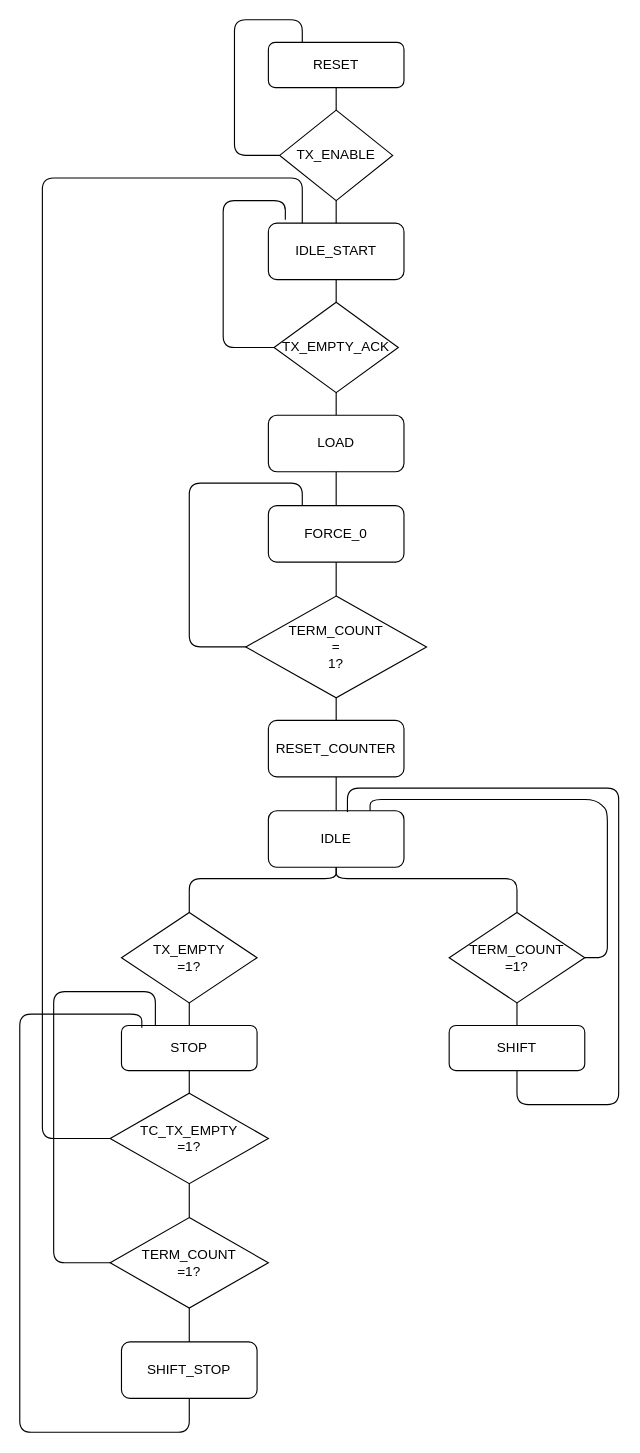
Above: UART/report/draw_io/flow chart tx.drawio in wackozz/SDI_20_21 (draw.io), before the change. Source tidied: cells renumbered, new cells numbered last; positions are measured from the earlier drawing's top-left corner, leaving out a move shared by most shapes. Both pictures are drawn from the tidied source at 113%, with x=0, y=0 at pixel (19, 19).
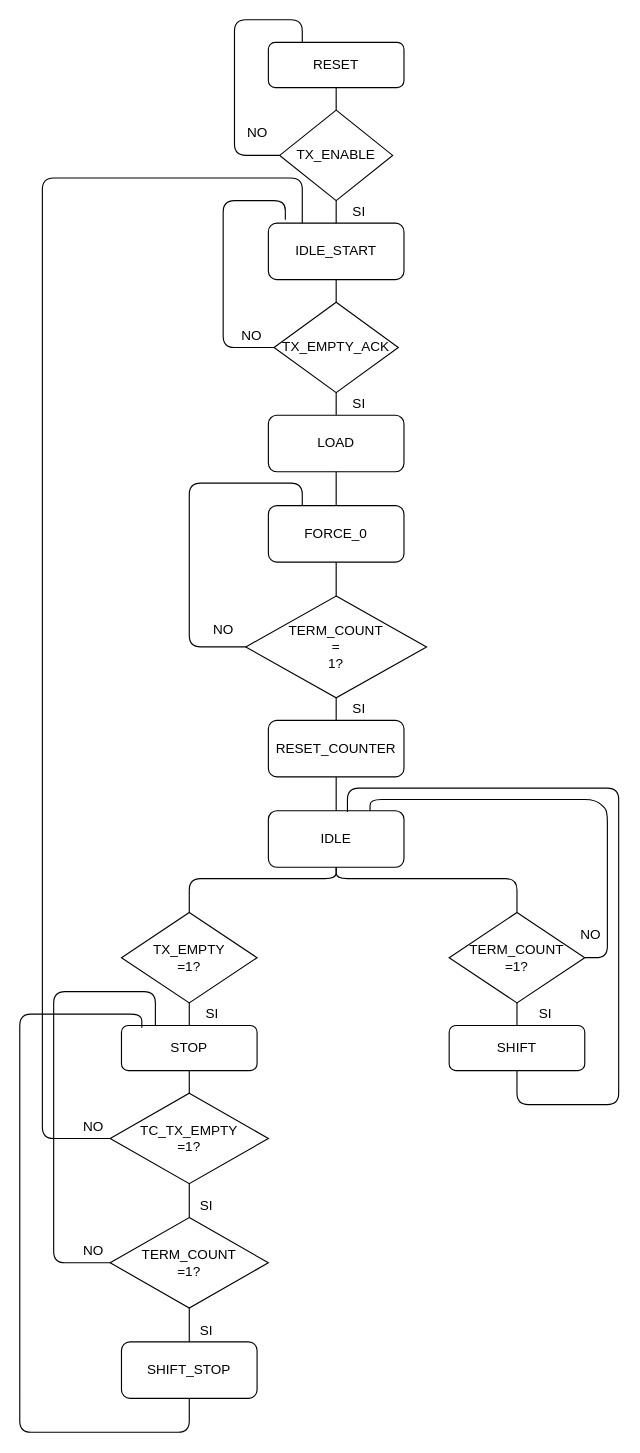
The same page after the edit.

What changed in the source:
```diff
@@
+    <mxCell id="41" value="NO" style="text;html=1;align=center;verticalAlign=middle;" parent="1" vertex="1">
+      <mxGeometry x="195" y="90" width="30" height="20" as="geometry" />
+    </mxCell>
+    <mxCell id="42" value="SI" style="text;html=1;align=center;verticalAlign=middle;" parent="1" vertex="1">
+      <mxGeometry x="285" y="160" width="30" height="20" as="geometry" />
+    </mxCell>
+    <mxCell id="43" value="NO" style="text;html=1;align=center;verticalAlign=middle;" parent="1" vertex="1">
+      <mxGeometry x="190" y="270" width="30" height="20" as="geometry" />
+    </mxCell>
+    <mxCell id="44" value="SI" style="text;html=1;align=center;verticalAlign=middle;" parent="1" vertex="1">
+      <mxGeometry x="285" y="330" width="30" height="20" as="geometry" />
+    </mxCell>
+    <mxCell id="45" value="SI" style="text;html=1;align=center;verticalAlign=middle;" parent="1" vertex="1">
+      <mxGeometry x="285" y="600" width="30" height="20" as="geometry" />
+    </mxCell>
+    <mxCell id="46" value="NO" style="text;html=1;align=center;verticalAlign=middle;" parent="1" vertex="1">
+      <mxGeometry x="165" y="530" width="30" height="20" as="geometry" />
+    </mxCell>
+    <mxCell id="47" value="SI" style="text;html=1;align=center;verticalAlign=middle;" parent="1" vertex="1">
+      <mxGeometry x="155" y="870" width="30" height="20" as="geometry" />
+    </mxCell>
+    <mxCell id="48" value="SI" style="text;html=1;align=center;verticalAlign=middle;" parent="1" vertex="1">
+      <mxGeometry x="450" y="870" width="30" height="20" as="geometry" />
+    </mxCell>
+    <mxCell id="49" value="NO" style="text;html=1;align=center;verticalAlign=middle;" parent="1" vertex="1">
+      <mxGeometry x="490" y="800" width="30" height="20" as="geometry" />
+    </mxCell>
+    <mxCell id="50" value="SI" style="text;html=1;align=center;verticalAlign=middle;" parent="1" vertex="1">
+      <mxGeometry x="150" y="1040" width="30" height="20" as="geometry" />
+    </mxCell>
+    <mxCell id="51" value="NO" style="text;html=1;align=center;verticalAlign=middle;" parent="1" vertex="1">
+      <mxGeometry x="50" y="970" width="30" height="20" as="geometry" />
+    </mxCell>
+    <mxCell id="52" value="SI" style="text;html=1;align=center;verticalAlign=middle;" parent="1" vertex="1">
+      <mxGeometry x="150" y="1150" width="30" height="20" as="geometry" />
+    </mxCell>
+    <mxCell id="53" value="NO" style="text;html=1;align=center;verticalAlign=middle;" parent="1" vertex="1">
+      <mxGeometry x="50" y="1080" width="30" height="20" as="geometry" />
+    </mxCell>
```
